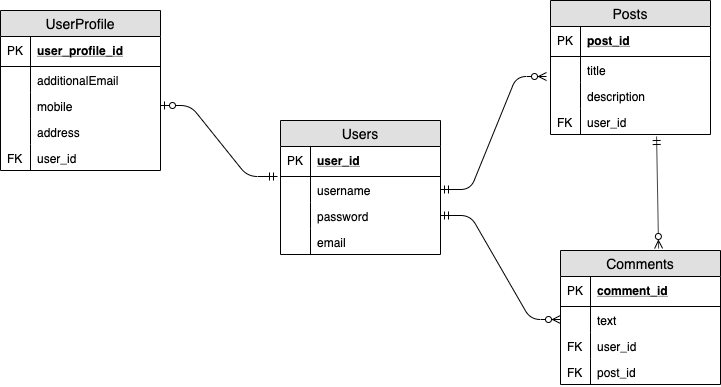
Before: Project 2 ERD.png, a diagram exported from draw.io (aridoza/redd-clone). Source tidied: cells renumbered, new cells last; positions are measured from the earlier drawing's top-left corner, leaving out a move shared by most shapes.
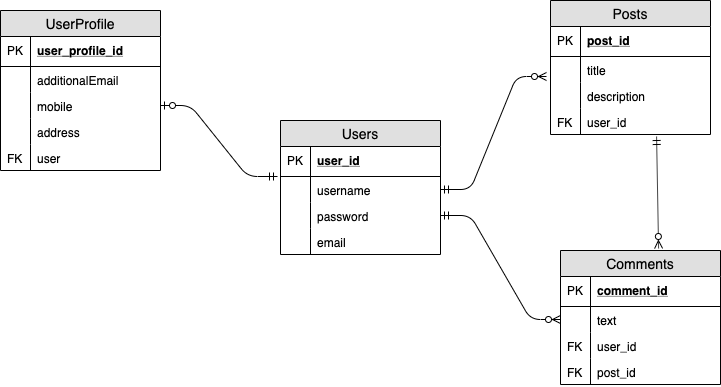
Later version of the same file.

Commit message:
updated ERD file with user FK on UserProfile table

Diff of the diagram source:
```diff
@@ -56,7 +56,7 @@
     <mxCell id="19" style="shape=partialRectangle;top=0;left=0;bottom=0;fillColor=none;align=left;verticalAlign=top;spacingLeft=4;spacingRight=4;overflow=hidden;fontSize=12;" parent="18" vertex="1">
       <mxGeometry width="30" height="26" as="geometry" />
     </mxCell>
-    <mxCell id="20" value="user_id" style="shape=partialRectangle;top=0;left=0;right=0;bottom=0;align=left;verticalAlign=top;fillColor=none;spacingLeft=34;spacingRight=4;overflow=hidden;fontSize=12;" parent="11" vertex="1">
+    <mxCell id="20" value="user" style="shape=partialRectangle;top=0;left=0;right=0;bottom=0;align=left;verticalAlign=top;fillColor=none;spacingLeft=34;spacingRight=4;overflow=hidden;fontSize=12;" parent="11" vertex="1">
       <mxGeometry y="134" width="160" height="26" as="geometry" />
     </mxCell>
     <mxCell id="21" value="FK" style="shape=partialRectangle;top=0;left=0;bottom=0;fillColor=none;align=left;verticalAlign=top;spacingLeft=4;spacingRight=4;overflow=hidden;fontSize=12;" parent="20" vertex="1">
```
